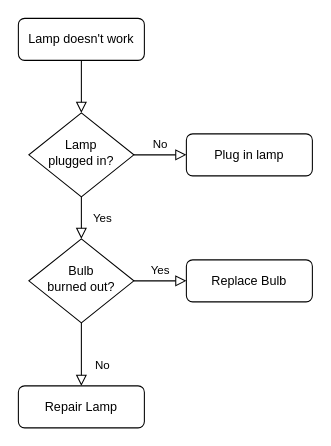
Before: Untitled Diagram.drawio in enjoy-snail/draw, a draw.io diagram. Source tidied: cells renumbered, new cells numbered last; positions are measured from the earlier drawing's top-left corner, leaving out a move shared by most shapes. Both pictures are drawn from the tidied source at 105%, with x=0, y=0 at pixel (18, 18).
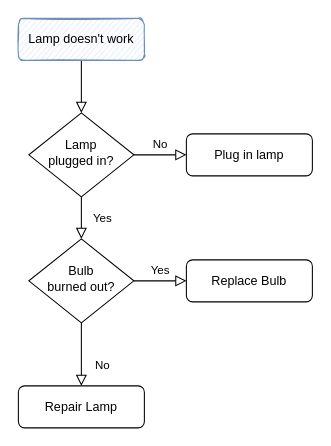
Above is the later version.

Diff of the diagram source:
```diff
@@
 <mxGraphModel>
   <root>
     <mxCell id="0" />
     <mxCell id="1" parent="0" />
     <mxCell id="2" style="rounded=0;html=1;jettySize=auto;fontSize=11;endArrow=block;endFill=0;endSize=8;strokeWidth=1;shadow=0;labelBackgroundColor=none;edgeStyle=orthogonalEdgeStyle;" parent="1" edge="1" source="3" target="6">
       <mxGeometry relative="1" as="geometry" />
     </mxCell>
-    <mxCell id="3" value="Lamp doesn't work" style="rounded=1;whiteSpace=wrap;html=1;fontSize=12;glass=0;strokeWidth=1;shadow=0;" parent="1" vertex="1">
+    <mxCell id="3" value="Lamp doesn't work" style="rounded=1;whiteSpace=wrap;html=1;fontSize=12;glass=0;strokeWidth=1;shadow=0;sketch=1;fillColor=#dae8fc;strokeColor=#6c8ebf;" parent="1" vertex="1">
       <mxGeometry width="120" height="40" as="geometry" />
     </mxCell>
     <mxCell id="4" value="Yes" style="rounded=0;html=1;jettySize=auto;fontSize=11;endArrow=block;endFill=0;endSize=8;strokeWidth=1;shadow=0;labelBackgroundColor=none;edgeStyle=orthogonalEdgeStyle;" parent="1" edge="1" source="6" target="10">
       <mxGeometry y="20" relative="1" as="geometry" />
     </mxCell>
     <mxCell id="5" value="No" style="edgeStyle=orthogonalEdgeStyle;rounded=0;html=1;jettySize=auto;fontSize=11;endArrow=block;endFill=0;endSize=8;strokeWidth=1;shadow=0;labelBackgroundColor=none;" parent="1" edge="1" source="6" target="7">
       <mxGeometry y="10" relative="1" as="geometry" />
     </mxCell>
     <mxCell id="6" value="Lamp&lt;br&gt;plugged in?" style="rhombus;whiteSpace=wrap;html=1;shadow=0;fontFamily=Helvetica;fontSize=12;align=center;strokeWidth=1;spacing=6;spacingTop=-4;" parent="1" vertex="1">
       <mxGeometry x="10" y="90" width="100" height="80" as="geometry" />
     </mxCell>
     <mxCell id="7" value="Plug in lamp" style="rounded=1;whiteSpace=wrap;html=1;fontSize=12;glass=0;strokeWidth=1;shadow=0;" parent="1" vertex="1">
       <mxGeometry x="160" y="110" width="120" height="40" as="geometry" />
     </mxCell>
     <mxCell id="8" value="No" style="rounded=0;html=1;jettySize=auto;fontSize=11;endArrow=block;endFill=0;endSize=8;strokeWidth=1;shadow=0;labelBackgroundColor=none;edgeStyle=orthogonalEdgeStyle;" parent="1" edge="1" source="10" target="11">
       <mxGeometry x="0.33" y="20" relative="1" as="geometry" />
     </mxCell>
     <mxCell id="9" value="Yes" style="edgeStyle=orthogonalEdgeStyle;rounded=0;html=1;jettySize=auto;fontSize=11;endArrow=block;endFill=0;endSize=8;strokeWidth=1;shadow=0;labelBackgroundColor=none;" parent="1" edge="1" source="10" target="12">
       <mxGeometry y="10" relative="1" as="geometry" />
     </mxCell>
     <mxCell id="10" value="Bulb&lt;br&gt;burned out?" style="rhombus;whiteSpace=wrap;html=1;shadow=0;fontFamily=Helvetica;fontSize=12;align=center;strokeWidth=1;spacing=6;spacingTop=-4;" parent="1" vertex="1">
       <mxGeometry x="10" y="210" width="100" height="80" as="geometry" />
     </mxCell>
     <mxCell id="11" value="Repair Lamp" style="rounded=1;whiteSpace=wrap;html=1;fontSize=12;glass=0;strokeWidth=1;shadow=0;" parent="1" vertex="1">
       <mxGeometry y="350" width="120" height="40" as="geometry" />
     </mxCell>
     <mxCell id="12" value="Replace Bulb" style="rounded=1;whiteSpace=wrap;html=1;fontSize=12;glass=0;strokeWidth=1;shadow=0;" parent="1" vertex="1">
       <mxGeometry x="160" y="230" width="120" height="40" as="geometry" />
     </mxCell>
   </root>
 </mxGraphModel>
```
